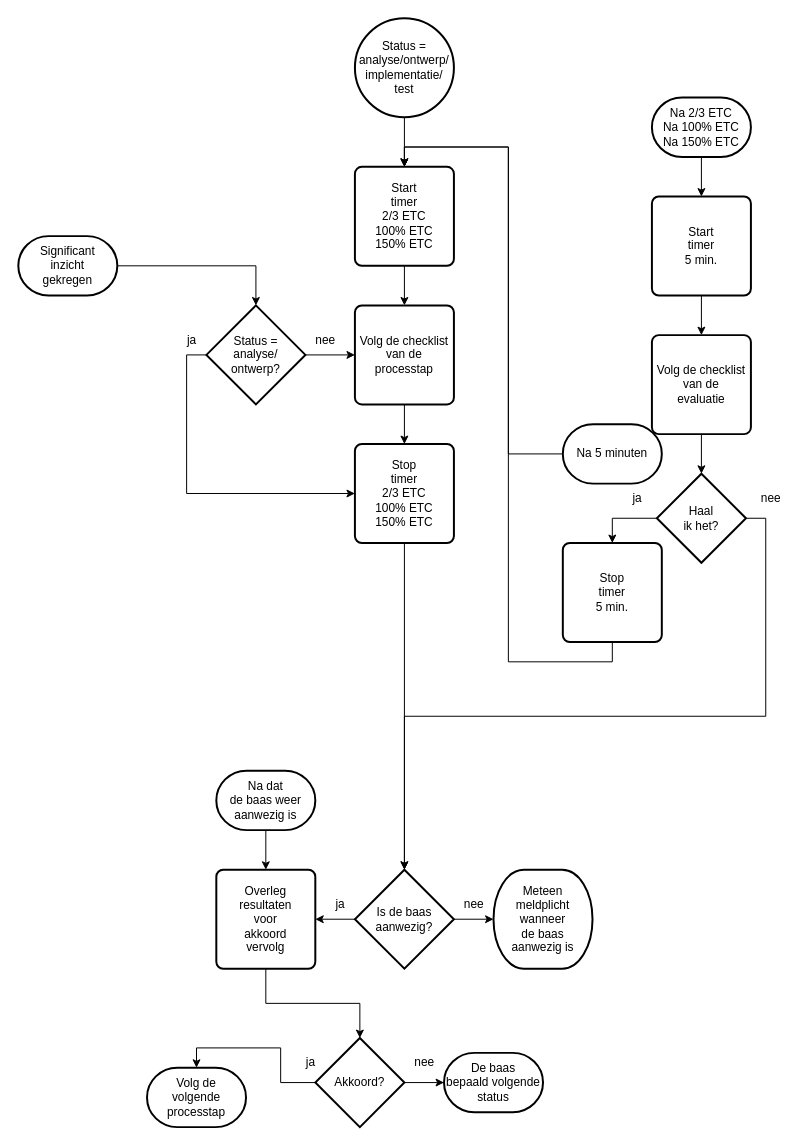
The draw.io diagram 2 Issue Tracker tijdtriggers.drawio in Zaibatsu89/IssueTracker, before the edit. Source tidied: cells renumbered, new cells numbered last; positions are measured from the earlier drawing's top-left corner, leaving out a move shared by most shapes. Both pictures are drawn from the tidied source at 99%, with x=0, y=0 at pixel (18, 18).
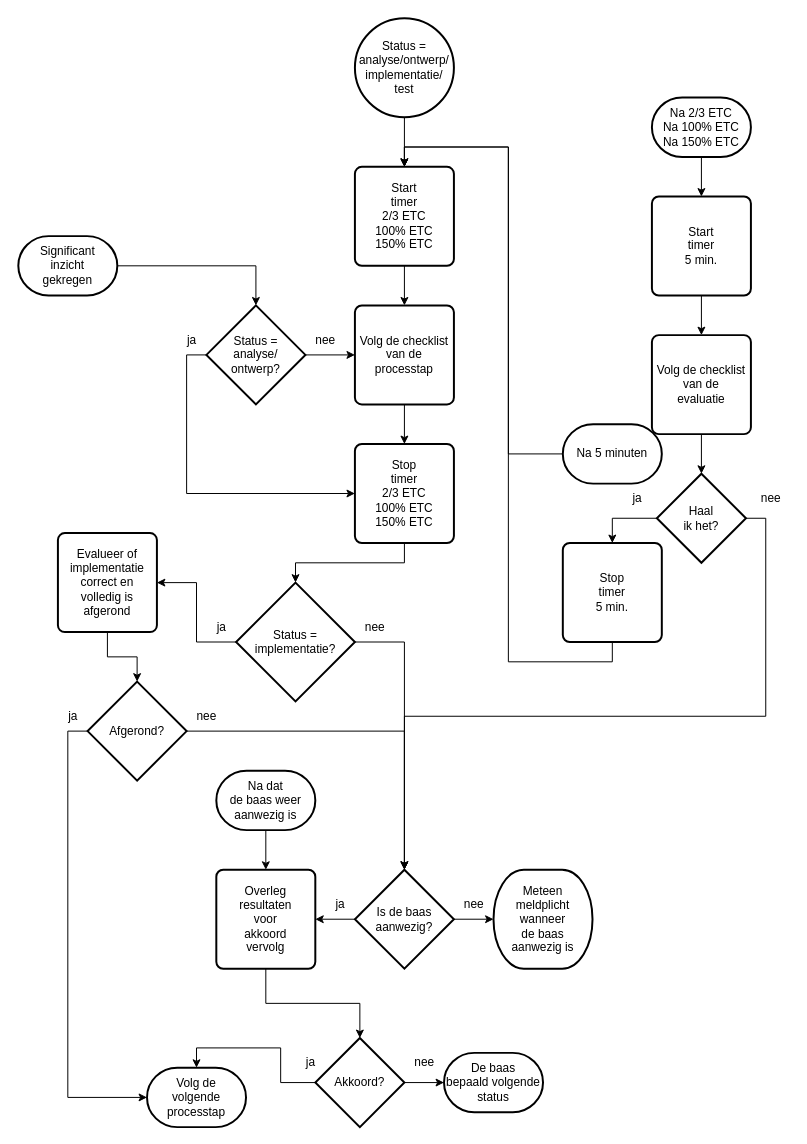
After the change.

Commit message:
evalueer of implementatie correct en volledig is afgerond. zo niet, meldplicht. zo ja, door naar test.

The change refers to these unchanged cells:
```xml
<mxCell id="11" value="Volg de&lt;br&gt;volgende&lt;br&gt;processtap" style="strokeWidth=2;html=1;shape=mxgraph.flowchart.terminator;whiteSpace=wrap;" parent="1" vertex="1">
  <mxGeometry x="130" y="1060" width="100" height="60" as="geometry" />
</mxCell>
<mxCell id="19" value="Stop&lt;br&gt;timer&lt;br&gt;2/3 ETC&lt;br&gt;100% ETC&lt;br&gt;150% ETC" style="rounded=1;whiteSpace=wrap;html=1;absoluteArcSize=1;arcSize=14;strokeWidth=2;" parent="1" vertex="1">
  <mxGeometry x="340" y="430" width="100" height="100" as="geometry" />
</mxCell>
<mxCell id="34" value="Is de baas&lt;br&gt;aanwezig?" style="strokeWidth=2;html=1;shape=mxgraph.flowchart.decision;whiteSpace=wrap;" parent="1" vertex="1">
  <mxGeometry x="340" y="860" width="100" height="100" as="geometry" />
</mxCell>
```

Change to the diagram source:
```diff
@@
-    <mxCell id="18" style="edgeStyle=orthogonalEdgeStyle;rounded=0;jettySize=auto;html=1;entryX=0.5;entryY=0;entryDx=0;entryDy=0;entryPerimeter=0;" parent="1" edge="1" source="19" target="34">
-      <mxGeometry relative="1" as="geometry" />
-    </mxCell>
@@
+    <mxCell id="51" value="Evalueer of&lt;br&gt;implementatie&lt;br&gt;correct en&lt;br&gt;volledig is&lt;br&gt;afgerond" style="rounded=1;whiteSpace=wrap;html=1;absoluteArcSize=1;arcSize=14;strokeWidth=2;" parent="1" vertex="1">
+      <mxGeometry x="40" y="520" width="100" height="100" as="geometry" />
+    </mxCell>
+    <mxCell id="52" value="Afgerond?" style="strokeWidth=2;html=1;shape=mxgraph.flowchart.decision;whiteSpace=wrap;" parent="1" vertex="1">
+      <mxGeometry x="70" y="670" width="100" height="100" as="geometry" />
+    </mxCell>
+    <mxCell id="53" style="edgeStyle=orthogonalEdgeStyle;rounded=0;jettySize=auto;html=1;entryX=0;entryY=0.5;entryDx=0;entryDy=0;entryPerimeter=0;exitX=0;exitY=0.5;exitDx=0;exitDy=0;exitPerimeter=0;" parent="1" edge="1" source="52" target="11">
+      <mxGeometry relative="1" as="geometry" />
+    </mxCell>
+    <mxCell id="54" style="edgeStyle=orthogonalEdgeStyle;rounded=0;jettySize=auto;html=1;exitX=1;exitY=0.5;exitDx=0;exitDy=0;exitPerimeter=0;entryX=0.5;entryY=0;entryDx=0;entryDy=0;entryPerimeter=0;" parent="1" edge="1" source="52" target="34">
+      <mxGeometry relative="1" as="geometry" />
+    </mxCell>
+    <mxCell id="55" value="ja" style="text;html=1;align=center;verticalAlign=middle;strokeColor=none;fillColor=none;" parent="1" vertex="1">
+      <mxGeometry x="40" y="690" width="30" height="30" as="geometry" />
+    </mxCell>
+    <mxCell id="56" value="nee" style="text;html=1;align=center;verticalAlign=middle;strokeColor=none;fillColor=none;" parent="1" vertex="1">
+      <mxGeometry x="170" y="690" width="40" height="30" as="geometry" />
+    </mxCell>
+    <mxCell id="57" style="edgeStyle=orthogonalEdgeStyle;rounded=0;jettySize=auto;html=1;entryX=0.5;entryY=0;entryDx=0;entryDy=0;entryPerimeter=0;" parent="1" edge="1" source="19" target="59">
+      <mxGeometry relative="1" as="geometry" />
+    </mxCell>
+    <mxCell id="58" style="edgeStyle=orthogonalEdgeStyle;rounded=0;jettySize=auto;html=1;exitX=0;exitY=0.5;exitDx=0;exitDy=0;exitPerimeter=0;entryX=1;entryY=0.5;entryDx=0;entryDy=0;" parent="1" edge="1" source="59" target="51">
+      <mxGeometry relative="1" as="geometry" />
+    </mxCell>
+    <mxCell id="59" value="Status =&lt;br&gt;implementatie?" style="strokeWidth=2;html=1;shape=mxgraph.flowchart.decision;whiteSpace=wrap;" parent="1" vertex="1">
+      <mxGeometry x="220" y="570" width="120" height="120" as="geometry" />
+    </mxCell>
+    <mxCell id="60" style="edgeStyle=orthogonalEdgeStyle;rounded=0;jettySize=auto;html=1;exitX=0.5;exitY=1;exitDx=0;exitDy=0;entryX=0.5;entryY=0;entryDx=0;entryDy=0;entryPerimeter=0;" parent="1" edge="1" source="51" target="52">
+      <mxGeometry relative="1" as="geometry" />
+    </mxCell>
+    <mxCell id="61" style="edgeStyle=orthogonalEdgeStyle;rounded=0;jettySize=auto;html=1;exitX=1;exitY=0.5;exitDx=0;exitDy=0;exitPerimeter=0;entryX=0.5;entryY=0;entryDx=0;entryDy=0;entryPerimeter=0;" parent="1" edge="1" source="59" target="34">
+      <mxGeometry relative="1" as="geometry" />
+    </mxCell>
+    <mxCell id="62" value="nee" style="text;html=1;align=center;verticalAlign=middle;strokeColor=none;fillColor=none;" parent="1" vertex="1">
+      <mxGeometry x="340" y="600" width="40" height="30" as="geometry" />
+    </mxCell>
+    <mxCell id="63" value="ja" style="text;html=1;align=center;verticalAlign=middle;strokeColor=none;fillColor=none;" parent="1" vertex="1">
+      <mxGeometry x="190" y="600" width="30" height="30" as="geometry" />
+    </mxCell>
```
